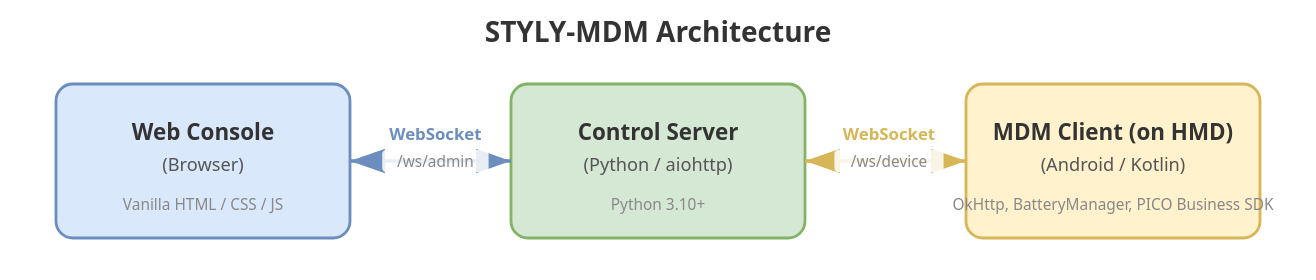
The draw.io diagram docs/architecture.drawio.svg in styly-dev/STYLY-MDM, before a commit. Source tidied: cells renumbered, new cells last; positions are measured from the earlier drawing's top-left corner, leaving out a move shared by most shapes.
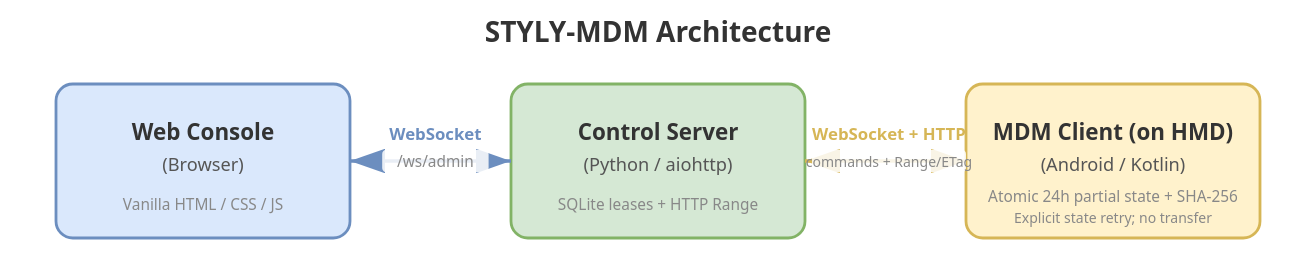
After the commit.

What changed in the source:
```diff
@@ -17,8 +17,8 @@
     <mxCell id="6" value="&lt;b&gt;Control Server&lt;/b&gt;&lt;br&gt;(Python / aiohttp)" style="text;html=1;align=center;verticalAlign=middle;" parent="1" vertex="1">
       <mxGeometry x="365" y="85" width="130" height="50" as="geometry" />
     </mxCell>
-    <mxCell id="7" value="Python 3.10+" style="text;html=1;align=center;verticalAlign=middle;fontColor=#666666;fontSize=10;" parent="1" vertex="1">
-      <mxGeometry x="370" y="135" width="120" height="20" as="geometry" />
+    <mxCell id="7" value="SQLite leases + HTTP Range" style="text;html=1;align=center;verticalAlign=middle;fontColor=#666666;fontSize=10;" parent="1" vertex="1">
+      <mxGeometry x="350" y="135" width="160" height="20" as="geometry" />
     </mxCell>
     <mxCell id="8" style="rounded=1;whiteSpace=wrap;html=1;fillColor=#fff2cc;strokeColor=#d6b656;arcSize=10;" parent="1" vertex="1">
       <mxGeometry x="660" y="60" width="200" height="100" as="geometry" />
@@ -26,7 +26,7 @@
     <mxCell id="9" value="&lt;b&gt;MDM Client (on HMD)&lt;/b&gt;&lt;br&gt;(Android / Kotlin)" style="text;html=1;align=center;verticalAlign=middle;" parent="1" vertex="1">
       <mxGeometry x="700" y="85" width="120" height="50" as="geometry" />
     </mxCell>
-    <mxCell id="10" value="OkHttp, BatteryManager, PICO Business SDK" style="text;html=1;align=center;verticalAlign=middle;fontColor=#666666;fontSize=10;" parent="1" vertex="1">
+    <mxCell id="10" value="Atomic 24h partial state + SHA-256" style="text;html=1;align=center;verticalAlign=middle;fontColor=#666666;fontSize=10;" parent="1" vertex="1">
       <mxGeometry x="665" y="135" width="190" height="20" as="geometry" />
     </mxCell>
     <mxCell id="11" style="edgeStyle=orthogonalEdgeStyle;rounded=0;jettySize=auto;containsPoints=1;endArrow=block;endFill=1;startArrow=block;startFill=1;strokeWidth=2;strokeColor=#6c8ebf;" parent="1" edge="1" source="2" target="5">
@@ -38,7 +38,7 @@
     <mxCell id="13" style="edgeStyle=orthogonalEdgeStyle;rounded=0;jettySize=auto;containsPoints=1;endArrow=block;endFill=1;startArrow=block;startFill=1;strokeWidth=2;strokeColor=#d6b656;" parent="1" edge="1" source="5" target="8">
       <mxGeometry relative="1" as="geometry" />
     </mxCell>
-    <mxCell id="14" value="WebSocket&lt;br&gt;&lt;font style=&quot;font-size:10px&quot;&gt;/ws/device&lt;/font&gt;" style="edgeLabel;html=1;align=center;verticalAlign=middle;" parent="13" vertex="1">
+    <mxCell id="14" value="WebSocket + HTTP&lt;br&gt;&lt;font style=&quot;font-size:10px&quot;&gt;commands + Range/ETag&lt;/font&gt;" style="edgeLabel;html=1;align=center;verticalAlign=middle;" parent="13" vertex="1">
       <mxGeometry x="-0.1" relative="1" as="geometry" />
     </mxCell>
     <mxCell id="15" value="&lt;font style=&quot;font-size:16px&quot;&gt;&lt;b&gt;STYLY-MDM Architecture&lt;/b&gt;&lt;/font&gt;" style="text;html=1;align=center;verticalAlign=middle;" parent="1" vertex="1">
```
